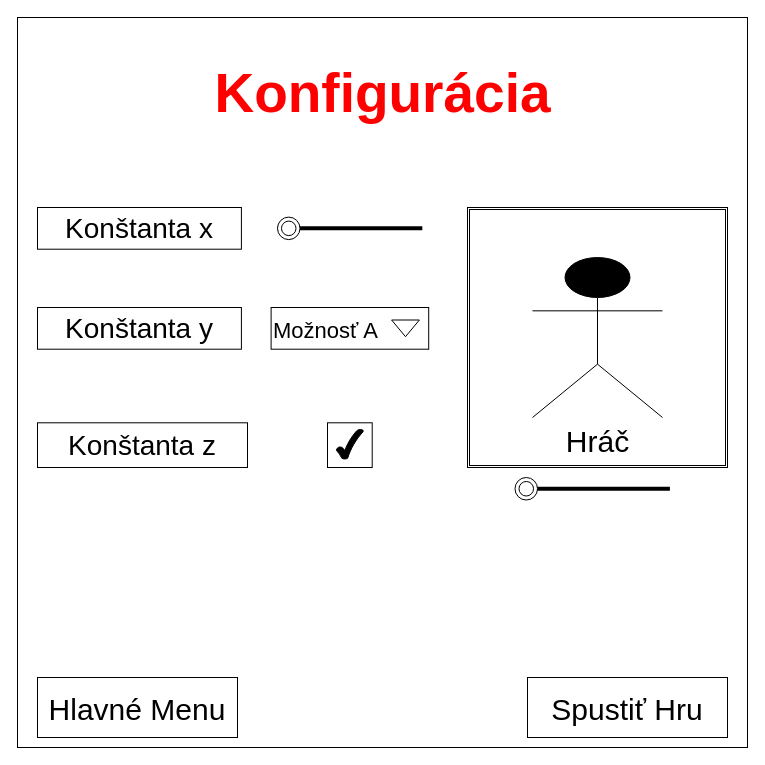
Before: Konfigurator.drawio in MatejMistik/bachelors-fear-factor, a draw.io diagram. Source tidied: cells renumbered, new cells numbered last; positions are measured from the earlier drawing's top-left corner, leaving out a move shared by most shapes. Both pictures are drawn from the tidied source at 100%, with x=0, y=0 at pixel (17, 17).
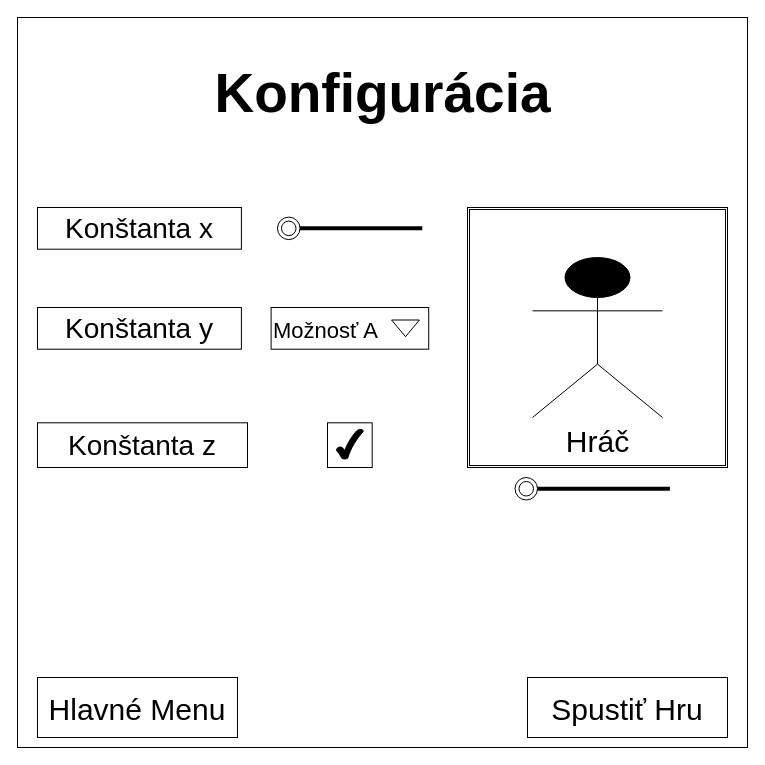
The same page after the edit.

Change to the diagram source:
```diff
@@
 <mxGraphModel>
   <root>
     <mxCell id="0" />
     <mxCell id="1" parent="0" />
     <mxCell id="2" style="whiteSpace=wrap;html=1;" parent="1" vertex="1">
       <mxGeometry width="730" height="730" as="geometry" />
     </mxCell>
     <mxCell id="3" value="&lt;font style=&quot;font-size: 30px;&quot;&gt;Hlavné Menu&lt;/font&gt;" style="rounded=0;whiteSpace=wrap;html=1;fontSize=36;" parent="1" vertex="1">
       <mxGeometry x="20" y="660" width="200" height="60" as="geometry" />
     </mxCell>
-    <mxCell id="4" value="&lt;font style=&quot;font-size: 55px;&quot; color=&quot;#ff0000&quot;&gt;Konfigurácia&lt;/font&gt;" style="text;strokeColor=none;fillColor=none;html=1;fontSize=70;fontStyle=1;verticalAlign=middle;align=center;fontColor=#33FF33;" parent="1" vertex="1">
+    <mxCell id="4" value="&lt;font style=&quot;font-size: 55px;&quot;&gt;Konfigurácia&lt;/font&gt;" style="text;strokeColor=none;fillColor=none;html=1;fontSize=70;fontStyle=1;verticalAlign=middle;align=center;fontColor=#000000;" parent="1" vertex="1">
       <mxGeometry x="200" y="30" width="330" height="80" as="geometry" />
     </mxCell>
     <mxCell id="5" value="&lt;font style=&quot;font-size: 30px;&quot;&gt;Spustiť Hru&lt;/font&gt;" style="rounded=0;whiteSpace=wrap;html=1;fontSize=36;" parent="1" vertex="1">
       <mxGeometry x="510" y="660" width="200" height="60" as="geometry" />
     </mxCell>
     <mxCell id="6" style="line;strokeWidth=4;html=1;perimeter=backbonePerimeter;fontSize=28;" parent="1" vertex="1">
       <mxGeometry x="260" y="206.7" width="144.8" height="8.3" as="geometry" />
     </mxCell>
     <mxCell id="7" value="Konštanta x" style="rounded=0;whiteSpace=wrap;html=1;fontSize=28;" parent="1" vertex="1">
       <mxGeometry x="20" y="190" width="203.9" height="41.7" as="geometry" />
     </mxCell>
     <mxCell id="8" style="ellipse;shape=doubleEllipse;whiteSpace=wrap;html=1;fontSize=28;" parent="1" vertex="1">
       <mxGeometry x="260" y="199.6" width="22.5" height="22.5" as="geometry" />
     </mxCell>
     <mxCell id="9" value="Konštanta y" style="rounded=0;whiteSpace=wrap;html=1;fontSize=28;" parent="1" vertex="1">
       <mxGeometry x="20" y="290" width="203.9" height="41.7" as="geometry" />
     </mxCell>
     <mxCell id="10" value="&lt;font style=&quot;font-size: 22px;&quot;&gt;Možnosť A&lt;/font&gt;" style="html=1;whiteSpace=wrap;fontSize=28;align=left;" parent="1" vertex="1">
       <mxGeometry x="253.6" y="290" width="157.6" height="41.7" as="geometry" />
     </mxCell>
     <mxCell id="11" style="triangle;html=1;whiteSpace=wrap;fontSize=28;direction=south;" parent="10" vertex="1">
       <mxGeometry x="120.5" y="12.5" width="27.8" height="16.7" as="geometry" />
     </mxCell>
     <mxCell id="12" value="Konštanta z" style="rounded=0;whiteSpace=wrap;html=1;fontSize=28;" parent="1" vertex="1">
       <mxGeometry x="20" y="405.3" width="210" height="44.7" as="geometry" />
     </mxCell>
     <mxCell id="13" style="whiteSpace=wrap;html=1;fontSize=30;" parent="1" vertex="1">
       <mxGeometry x="310" y="405.3" width="44.7" height="44.7" as="geometry" />
     </mxCell>
     <mxCell id="14" style="verticalLabelPosition=bottom;verticalAlign=top;html=1;shape=mxgraph.basic.tick;fontSize=30;fillColor=#000000;" parent="1" vertex="1">
       <mxGeometry x="318.8" y="411.7" width="27" height="30" as="geometry" />
     </mxCell>
     <mxCell id="15" style="shape=ext;double=1;whiteSpace=wrap;html=1;fontSize=30;fillColor=#FFFFFF;" parent="1" vertex="1">
       <mxGeometry x="450" y="190" width="260" height="260" as="geometry" />
     </mxCell>
     <mxCell id="16" style="line;strokeWidth=4;html=1;perimeter=backbonePerimeter;fontSize=28;" parent="1" vertex="1">
       <mxGeometry x="507.6" y="467.1" width="144.8" height="8.3" as="geometry" />
     </mxCell>
     <mxCell id="17" style="ellipse;shape=doubleEllipse;whiteSpace=wrap;html=1;fontSize=28;" parent="1" vertex="1">
       <mxGeometry x="497.5" y="460" width="22.5" height="22.5" as="geometry" />
     </mxCell>
     <mxCell id="18" value="Hráč" style="shape=umlActor;verticalLabelPosition=bottom;verticalAlign=top;html=1;fontSize=30;fillColor=#000000;" parent="1" vertex="1">
       <mxGeometry x="515" y="240" width="130" height="160" as="geometry" />
     </mxCell>
   </root>
 </mxGraphModel>
```
